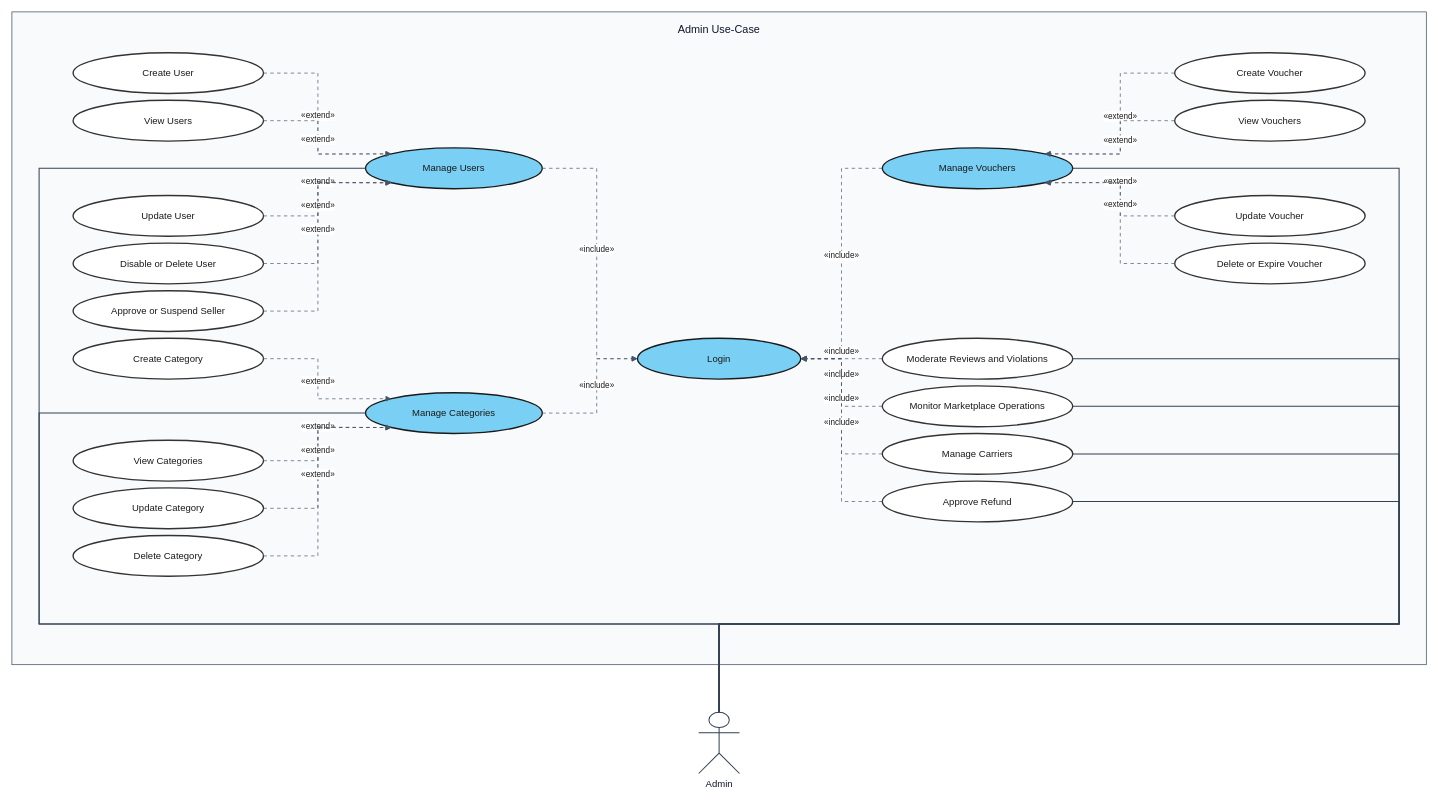
Above: usecase-diagram/admin-usecases.drawio in e-commercial-marketplace/commerce-platform-docs (draw.io), before the change. Source tidied: cells renumbered, new cells numbered last; positions are measured from the earlier drawing's top-left corner, leaving out a move shared by most shapes. Both pictures are drawn from the tidied source at 68%, with x=0, y=0 at pixel (12, 12).
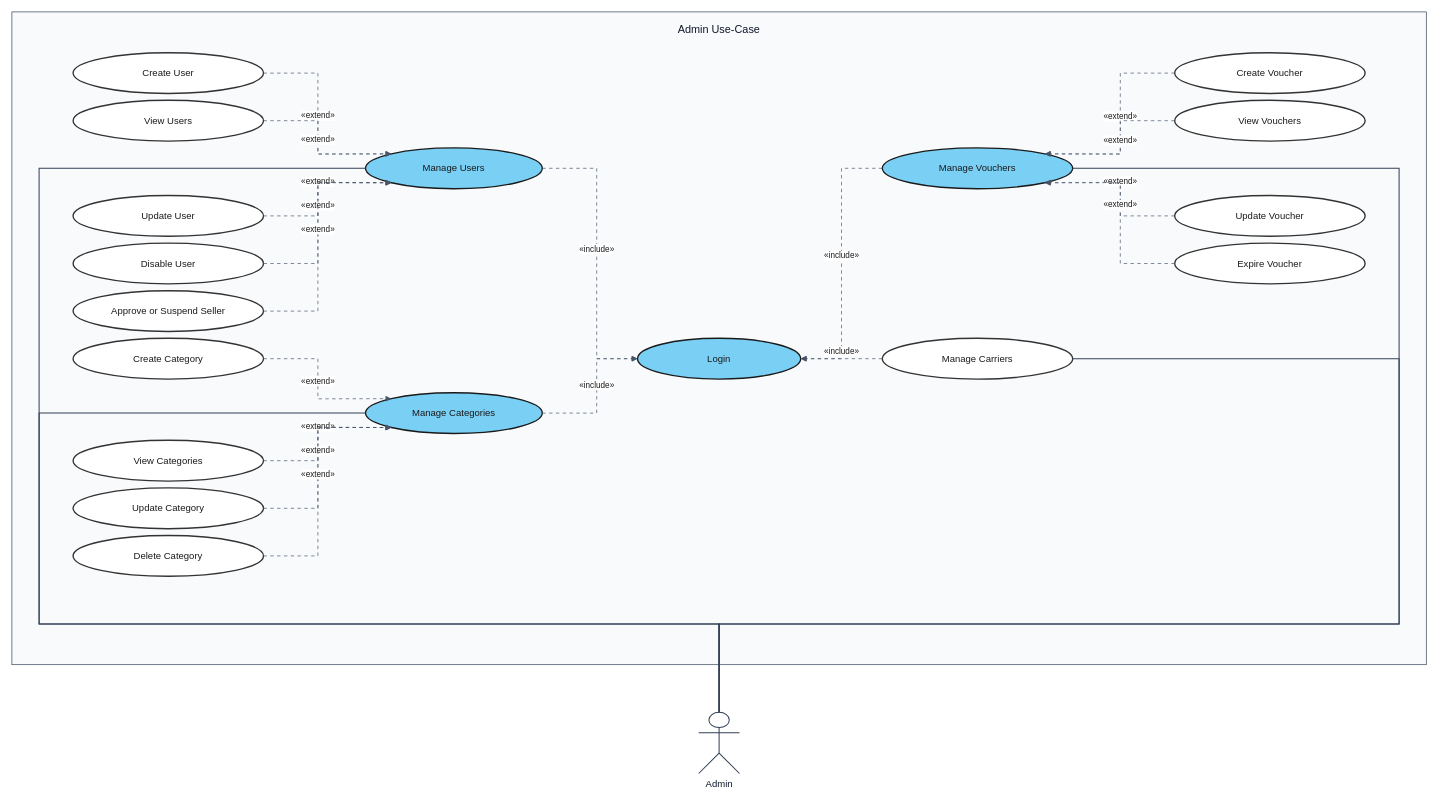
The same diagram, later.

The change refers to these unchanged cells:
```xml
<mxCell id="14" value="Login" style="ellipse;whiteSpace=wrap;html=1;align=center;verticalAlign=middle;fillColor=#79CFF4;strokeColor=#1A1A1A;strokeWidth=2;fontColor=#1A1A1A;fontSize=14;fontStyle=0;" parent="1" vertex="1">
  <mxGeometry x="920" y="480" width="240" height="60" as="geometry" />
</mxCell>
<mxCell id="24" value="Admin" style="shape=umlActor;verticalLabelPosition=bottom;verticalAlign=top;html=1;outlineConnect=0;fillColor=#ffffff;strokeColor=#334155;strokeWidth=1.5;fontColor=#0f172a;fontSize=14;fontStyle=0;" parent="1" vertex="1">
  <mxGeometry x="1010" y="1030" width="60" height="90" as="geometry" />
</mxCell>
```

Change to the diagram source:
```diff
@@
-    <mxCell id="7" value="Disable or Delete User" style="ellipse;whiteSpace=wrap;html=1;align=center;verticalAlign=middle;fillColor=#ffffff;strokeColor=#333333;strokeWidth=2;fontColor=#1A1A1A;fontSize=14;fontStyle=0;" parent="1" vertex="1">
+    <mxCell id="7" value="Disable User" style="ellipse;whiteSpace=wrap;html=1;align=center;verticalAlign=middle;fillColor=#ffffff;strokeColor=#333333;strokeWidth=2;fontColor=#1A1A1A;fontSize=14;fontStyle=0;" parent="1" vertex="1">
       <mxGeometry x="90" y="340" width="280" height="60" as="geometry" />
     </mxCell>
@@
-    <mxCell id="19" value="Delete or Expire Voucher" style="ellipse;whiteSpace=wrap;html=1;align=center;verticalAlign=middle;fillColor=#ffffff;strokeColor=#333333;strokeWidth=2;fontColor=#1A1A1A;fontSize=14;fontStyle=0;" parent="1" vertex="1">
+    <mxCell id="19" value="Expire Voucher" style="ellipse;whiteSpace=wrap;html=1;align=center;verticalAlign=middle;fillColor=#ffffff;strokeColor=#333333;strokeWidth=2;fontColor=#1A1A1A;fontSize=14;fontStyle=0;" parent="1" vertex="1">
       <mxGeometry x="1710" y="340" width="280" height="60" as="geometry" />
     </mxCell>
-    <mxCell id="20" value="Moderate Reviews and Violations" style="ellipse;whiteSpace=wrap;html=1;align=center;verticalAlign=middle;fillColor=#ffffff;strokeColor=#333333;strokeWidth=2;fontColor=#1A1A1A;fontSize=14;fontStyle=0;" parent="1" vertex="1">
-      <mxGeometry x="1280" y="480" width="280" height="60" as="geometry" />
-    </mxCell>
-    <mxCell id="21" value="Monitor Marketplace Operations" style="ellipse;whiteSpace=wrap;html=1;align=center;verticalAlign=middle;fillColor=#ffffff;strokeColor=#333333;strokeWidth=2;fontColor=#1A1A1A;fontSize=14;fontStyle=0;" parent="1" vertex="1">
-      <mxGeometry x="1280" y="550" width="280" height="60" as="geometry" />
-    </mxCell>
     <mxCell id="22" value="Manage Carriers" style="ellipse;whiteSpace=wrap;html=1;align=center;verticalAlign=middle;fillColor=#ffffff;strokeColor=#333333;strokeWidth=2;fontColor=#1A1A1A;fontSize=14;fontStyle=0;" parent="1" vertex="1">
-      <mxGeometry x="1280" y="620" width="280" height="60" as="geometry" />
+      <mxGeometry x="1280" y="480" width="280" height="60" as="geometry" />
     </mxCell>
-    <mxCell id="23" value="Approve Refund" style="ellipse;whiteSpace=wrap;html=1;align=center;verticalAlign=middle;fillColor=#ffffff;strokeColor=#333333;strokeWidth=2;fontColor=#1A1A1A;fontSize=14;fontStyle=0;" parent="1" vertex="1">
-      <mxGeometry x="1280" y="690" width="280" height="60" as="geometry" />
-    </mxCell>
@@
-    <mxCell id="28" style="endArrow=none;html=1;rounded=0;strokeColor=#334155;strokeWidth=1.5;exitX=0.5;exitY=0;exitDx=0;exitDy=0;exitPerimeter=0;entryX=1;entryY=0.5;entryDx=0;entryDy=0;entryPerimeter=0;" parent="1" edge="1" source="24" target="20">
-      <mxGeometry relative="1" as="geometry">
-        <Array as="points">
-          <mxPoint x="1040" y="900" />
-          <mxPoint x="2040" y="900" />
-          <mxPoint x="2040" y="510" />
-        </Array>
-        <mxPoint y="-11" as="offset" />
-      </mxGeometry>
-    </mxCell>
-    <mxCell id="29" style="endArrow=none;html=1;rounded=0;strokeColor=#334155;strokeWidth=1.5;exitX=0.5;exitY=0;exitDx=0;exitDy=0;exitPerimeter=0;entryX=1;entryY=0.5;entryDx=0;entryDy=0;entryPerimeter=0;" parent="1" edge="1" source="24" target="21">
-      <mxGeometry relative="1" as="geometry">
-        <Array as="points">
-          <mxPoint x="1040" y="900" />
-          <mxPoint x="2040" y="900" />
-          <mxPoint x="2040" y="580" />
-        </Array>
-        <mxPoint y="-11" as="offset" />
-      </mxGeometry>
-    </mxCell>
     <mxCell id="30" style="endArrow=none;html=1;rounded=0;strokeColor=#334155;strokeWidth=1.5;exitX=0.5;exitY=0;exitDx=0;exitDy=0;exitPerimeter=0;entryX=1;entryY=0.5;entryDx=0;entryDy=0;entryPerimeter=0;" parent="1" edge="1" source="24" target="22">
       <mxGeometry relative="1" as="geometry">
         <Array as="points">
           <mxPoint x="1040" y="900" />
           <mxPoint x="2040" y="900" />
-          <mxPoint x="2040" y="650" />
+          <mxPoint x="2040" y="510" />
         </Array>
         <mxPoint y="-11" as="offset" />
       </mxGeometry>
     </mxCell>
-    <mxCell id="31" style="endArrow=none;html=1;rounded=0;strokeColor=#334155;strokeWidth=1.5;exitX=0.5;exitY=0;exitDx=0;exitDy=0;exitPerimeter=0;entryX=1;entryY=0.5;entryDx=0;entryDy=0;entryPerimeter=0;" parent="1" edge="1" source="24" target="23">
-      <mxGeometry relative="1" as="geometry">
-        <Array as="points">
-          <mxPoint x="1040" y="900" />
-          <mxPoint x="2040" y="900" />
-          <mxPoint x="2040" y="720" />
-        </Array>
-        <mxPoint y="-11" as="offset" />
-      </mxGeometry>
-    </mxCell>
@@
-    <mxCell id="48" value="«include»" style="endArrow=block;endFill=1;endSize=6;dashed=1;dashPattern=5 5;html=1;rounded=0;strokeColor=#475569;strokeWidth=1;fontSize=12;fontColor=#1A1A1A;fontStyle=0;exitX=0;exitY=0.5;exitDx=0;exitDy=0;exitPerimeter=0;entryX=1;entryY=0.5;entryDx=0;entryDy=0;entryPerimeter=0;" parent="1" edge="1" source="20" target="14">
-      <mxGeometry relative="1" as="geometry">
-        <mxPoint y="-11" as="offset" />
-      </mxGeometry>
-    </mxCell>
-    <mxCell id="49" value="«include»" style="endArrow=block;endFill=1;endSize=6;dashed=1;dashPattern=5 5;html=1;rounded=0;strokeColor=#475569;strokeWidth=1;fontSize=12;fontColor=#1A1A1A;fontStyle=0;exitX=0;exitY=0.5;exitDx=0;exitDy=0;exitPerimeter=0;entryX=1;entryY=0.5;entryDx=0;entryDy=0;entryPerimeter=0;" parent="1" edge="1" source="21" target="14">
-      <mxGeometry relative="1" as="geometry">
-        <Array as="points">
-          <mxPoint x="1220" y="580" />
-          <mxPoint x="1220" y="510" />
-        </Array>
-        <mxPoint y="-11" as="offset" />
-      </mxGeometry>
-    </mxCell>
     <mxCell id="50" value="«include»" style="endArrow=block;endFill=1;endSize=6;dashed=1;dashPattern=5 5;html=1;rounded=0;strokeColor=#475569;strokeWidth=1;fontSize=12;fontColor=#1A1A1A;fontStyle=0;exitX=0;exitY=0.5;exitDx=0;exitDy=0;exitPerimeter=0;entryX=1;entryY=0.5;entryDx=0;entryDy=0;entryPerimeter=0;" parent="1" edge="1" source="22" target="14">
       <mxGeometry relative="1" as="geometry">
-        <Array as="points">
-          <mxPoint x="1220" y="650" />
-          <mxPoint x="1220" y="510" />
-        </Array>
         <mxPoint y="-11" as="offset" />
       </mxGeometry>
     </mxCell>
-    <mxCell id="51" value="«include»" style="endArrow=block;endFill=1;endSize=6;dashed=1;dashPattern=5 5;html=1;rounded=0;strokeColor=#475569;strokeWidth=1;fontSize=12;fontColor=#1A1A1A;fontStyle=0;exitX=0;exitY=0.5;exitDx=0;exitDy=0;exitPerimeter=0;entryX=1;entryY=0.5;entryDx=0;entryDy=0;entryPerimeter=0;" parent="1" edge="1" source="23" target="14">
-      <mxGeometry relative="1" as="geometry">
-        <Array as="points">
-          <mxPoint x="1220" y="720" />
-          <mxPoint x="1220" y="510" />
-        </Array>
-        <mxPoint y="-11" as="offset" />
-      </mxGeometry>
-    </mxCell>
```
